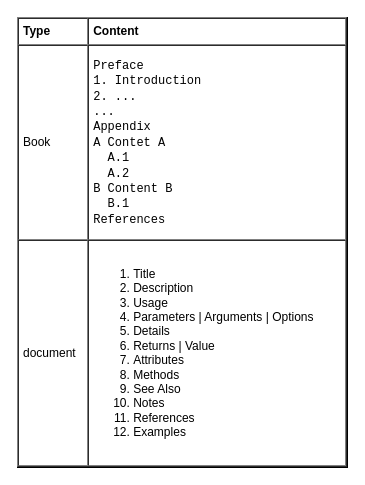
Above: page "document" (4 of 5) of ux/ux.drawio in yangdj/tf_docs (draw.io), before the change. Source tidied: cells renumbered, new cells numbered last; positions are measured from the earlier drawing's top-left corner, leaving out a move shared by most shapes. Both pictures are drawn from the tidied source at 100%, with x=0, y=0 at pixel (17, 17).
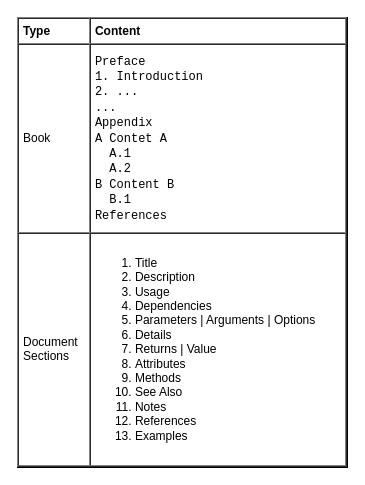
Above is the later version.

Change to the diagram source:
```diff
@@
 <mxGraphModel>
   <root>
     <mxCell id="0" />
     <mxCell id="1" parent="0" />
-    <mxCell id="2" value="&lt;table cellpadding=&quot;4&quot; cellspacing=&quot;0&quot; border=&quot;1&quot; style=&quot;font-size: 1em ; width: 100% ; height: 100%&quot;&gt;&lt;tbody&gt;&lt;tr&gt;&lt;th&gt;Type&lt;/th&gt;&lt;th&gt;Content&lt;/th&gt;&lt;/tr&gt;&lt;tr&gt;&lt;td&gt;Book&lt;/td&gt;&lt;td&gt;&lt;font face=&quot;Courier New&quot;&gt;Preface&lt;br&gt;1. Introduction&lt;br&gt;2. ...&lt;br&gt;...&lt;br&gt;Appendix&lt;br&gt;A Contet A&lt;br&gt;&amp;nbsp; A.1&lt;br&gt;&amp;nbsp; A.2&lt;br&gt;B Content B&lt;br&gt;&amp;nbsp; B.1&lt;br&gt;References&lt;/font&gt;&lt;/td&gt;&lt;/tr&gt;&lt;tr&gt;&lt;td&gt;document&lt;/td&gt;&lt;td&gt;&lt;ol&gt;&lt;li&gt;Title&lt;/li&gt;&lt;li&gt;Description&lt;/li&gt;&lt;li&gt;Usage&lt;/li&gt;&lt;li&gt;Parameters | Arguments | Options&lt;/li&gt;&lt;li&gt;Details&lt;/li&gt;&lt;li&gt;Returns | Value&lt;/li&gt;&lt;li&gt;Attributes&lt;/li&gt;&lt;li&gt;Methods&lt;/li&gt;&lt;li&gt;See Also&lt;/li&gt;&lt;li&gt;Notes&lt;/li&gt;&lt;li&gt;References&lt;/li&gt;&lt;li&gt;Examples&lt;/li&gt;&lt;/ol&gt;&lt;/td&gt;&lt;/tr&gt;&lt;/tbody&gt;&lt;/table&gt; " style="verticalAlign=top;align=left;overflow=fill;fontSize=12;fontFamily=Helvetica;html=1;" parent="1" vertex="1">
+    <mxCell id="2" value="&lt;table cellpadding=&quot;4&quot; cellspacing=&quot;0&quot; border=&quot;1&quot; style=&quot;font-size: 1em ; width: 100% ; height: 100%&quot;&gt;&lt;tbody&gt;&lt;tr&gt;&lt;th&gt;Type&lt;/th&gt;&lt;th&gt;Content&lt;/th&gt;&lt;/tr&gt;&lt;tr&gt;&lt;td&gt;Book&lt;/td&gt;&lt;td&gt;&lt;font face=&quot;Courier New&quot;&gt;Preface&lt;br&gt;1. Introduction&lt;br&gt;2. ...&lt;br&gt;...&lt;br&gt;Appendix&lt;br&gt;A Contet A&lt;br&gt;&amp;nbsp; A.1&lt;br&gt;&amp;nbsp; A.2&lt;br&gt;B Content B&lt;br&gt;&amp;nbsp; B.1&lt;br&gt;References&lt;/font&gt;&lt;/td&gt;&lt;/tr&gt;&lt;tr&gt;&lt;td&gt;Document&lt;br&gt;Sections&lt;/td&gt;&lt;td&gt;&lt;ol&gt;&lt;li&gt;Title&lt;/li&gt;&lt;li&gt;Description&lt;/li&gt;&lt;li&gt;Usage&lt;/li&gt;&lt;li&gt;Dependencies&lt;/li&gt;&lt;li&gt;Parameters | Arguments | Options&lt;/li&gt;&lt;li&gt;Details&lt;/li&gt;&lt;li&gt;Returns | Value&lt;/li&gt;&lt;li&gt;Attributes&lt;/li&gt;&lt;li&gt;Methods&lt;/li&gt;&lt;li&gt;See Also&lt;/li&gt;&lt;li&gt;Notes&lt;/li&gt;&lt;li&gt;References&lt;/li&gt;&lt;li&gt;Examples&lt;/li&gt;&lt;/ol&gt;&lt;/td&gt;&lt;/tr&gt;&lt;/tbody&gt;&lt;/table&gt; " style="verticalAlign=top;align=left;overflow=fill;fontSize=12;fontFamily=Helvetica;html=1;" parent="1" vertex="1">
       <mxGeometry width="330" height="450" as="geometry" />
     </mxCell>
   </root>
 </mxGraphModel>
```
